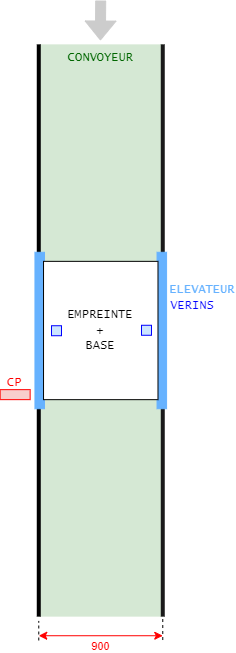
joriszuretti/esirem keeps this draw.io diagram as installation-cv-principal.png. Above is the earlier version. Source tidied: cells renumbered, new cells last; positions are measured from the earlier drawing's top-left corner, leaving out a move shared by most shapes.
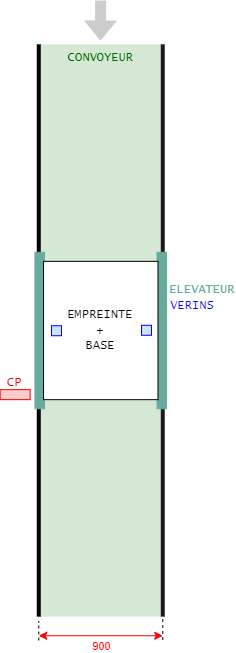
The same diagram one commit later.

Commit message:
Mettre à jour installation-cv-principal.png

Change to the diagram source:
```diff
@@ -42,16 +42,16 @@
         <mxPoint x="201.3" y="615.7" as="targetPoint" />
       </mxGeometry>
     </mxCell>
-    <mxCell id="11" style="rounded=0;whiteSpace=wrap;html=1;fillColor=#66B2FF;strokeColor=#66B2FF;fillStyle=auto;gradientColor=none;perimeterSpacing=8;rotation=-90;" parent="1" vertex="1">
+    <mxCell id="11" style="rounded=0;whiteSpace=wrap;html=1;fillColor=#67AB9F;strokeColor=#67AB9F;fillStyle=auto;perimeterSpacing=8;rotation=-90;" parent="1" vertex="1">
       <mxGeometry x="122.1" y="325.2" width="156.4" height="9.5" as="geometry" />
     </mxCell>
-    <mxCell id="12" style="rounded=0;whiteSpace=wrap;html=1;fillColor=#66B2FF;strokeColor=#66B2FF;fillStyle=auto;gradientColor=none;perimeterSpacing=8;rotation=-90;" parent="1" vertex="1">
+    <mxCell id="12" style="rounded=0;whiteSpace=wrap;html=1;fillColor=#67AB9F;strokeColor=#67AB9F;fillStyle=auto;gradientColor=none;perimeterSpacing=8;rotation=-90;fontColor=#CC99FF;" parent="1" vertex="1">
       <mxGeometry y="325.2" width="156.4" height="9.5" as="geometry" />
     </mxCell>
     <mxCell id="13" value="&lt;font face=&quot;Lucida Console&quot;&gt;EMPREINTE&lt;br&gt;+&lt;br&gt;BASE&lt;br&gt;&lt;/font&gt;" style="rounded=0;whiteSpace=wrap;html=1;" parent="1" vertex="1">
       <mxGeometry x="82" y="260.8" width="114.5" height="138.3" as="geometry" />
     </mxCell>
-    <mxCell id="14" value="&lt;font color=&quot;#66b2ff&quot; face=&quot;Lucida Console&quot;&gt;ELEVATEUR&lt;/font&gt;" style="text;html=1;strokeColor=none;fillColor=none;align=center;verticalAlign=middle;whiteSpace=wrap;rounded=0;fontColor=#0000FF;" parent="1" vertex="1">
+    <mxCell id="14" value="&lt;font face=&quot;Lucida Console&quot;&gt;ELEVATEUR&lt;/font&gt;" style="text;html=1;strokeColor=none;fillColor=none;align=center;verticalAlign=middle;whiteSpace=wrap;rounded=0;fontColor=#67AB9F;" parent="1" vertex="1">
       <mxGeometry x="221.3" y="282.3" width="40" height="14.3" as="geometry" />
     </mxCell>
     <mxCell id="15" style="rounded=0;whiteSpace=wrap;html=1;fillColor=#f8cecc;strokeColor=#FF0000;" parent="1" vertex="1">
```
